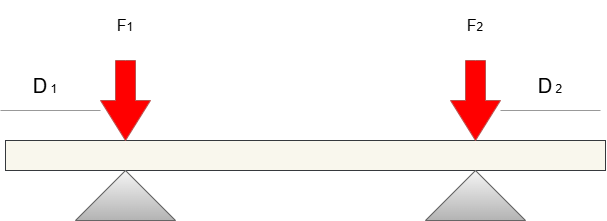
antonioviniciusfacundeabreucom-dot/vigas_isostaticas keeps this draw.io diagram as Assets/viga_isostática.png. Above is the earlier version. Source tidied: cells renumbered, new cells last; positions are measured from the earlier drawing's top-left corner, leaving out a move shared by most shapes.
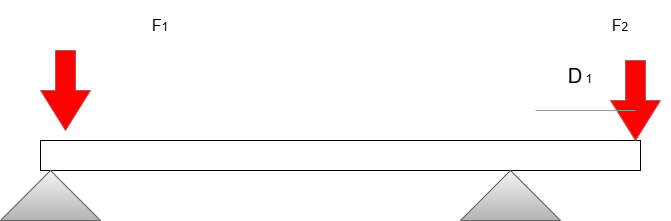
Above is the later version.

What changed in the source:
```diff
@@ -2,38 +2,32 @@
   <root>
     <mxCell id="0" />
     <mxCell id="1" parent="0" />
-    <mxCell id="2" style="rounded=0;whiteSpace=wrap;html=1;fillColor=#f9f7ed;strokeColor=#36393d;" parent="1" vertex="1">
+    <mxCell id="2" style="rounded=0;whiteSpace=wrap;html=1;" parent="1" vertex="1">
       <mxGeometry x="5" y="140" width="600" height="30" as="geometry" />
     </mxCell>
     <mxCell id="3" style="verticalLabelPosition=bottom;verticalAlign=top;html=1;shape=mxgraph.basic.acute_triangle;dx=0.5;fillColor=#f5f5f5;gradientColor=#b3b3b3;strokeColor=#666666;" parent="1" vertex="1">
-      <mxGeometry x="75" y="170" width="100" height="50" as="geometry" />
+      <mxGeometry x="-35" y="170" width="100" height="50" as="geometry" />
     </mxCell>
     <mxCell id="4" style="verticalLabelPosition=bottom;verticalAlign=top;html=1;shape=mxgraph.basic.acute_triangle;dx=0.5;fillColor=#f5f5f5;gradientColor=#b3b3b3;strokeColor=#666666;" parent="1" vertex="1">
       <mxGeometry x="425" y="170" width="100" height="50" as="geometry" />
     </mxCell>
     <mxCell id="5" style="html=1;shadow=0;dashed=0;align=center;verticalAlign=middle;shape=mxgraph.arrows2.arrow;dy=0.6;dx=40;direction=south;notch=0;fillColor=#FF0000;strokeColor=#b85450;" parent="1" vertex="1">
-      <mxGeometry x="100" y="60" width="50" height="80" as="geometry" />
+      <mxGeometry x="5" y="50" width="50" height="80" as="geometry" />
     </mxCell>
     <mxCell id="6" style="html=1;shadow=0;dashed=0;align=center;verticalAlign=middle;shape=mxgraph.arrows2.arrow;dy=0.6;dx=40;direction=south;notch=0;fillColor=#FF0000;strokeColor=#b85450;" parent="1" vertex="1">
-      <mxGeometry x="450" y="60" width="50" height="80" as="geometry" />
+      <mxGeometry x="575" y="60" width="50" height="80" as="geometry" />
     </mxCell>
-    <mxCell id="7" style="verticalLabelPosition=bottom;shadow=0;dashed=0;align=center;html=1;verticalAlign=top;strokeWidth=1;shape=mxgraph.mockup.markup.line;strokeColor=#999999;" parent="1" vertex="1">
-      <mxGeometry y="100" width="100" height="20" as="geometry" />
-    </mxCell>
     <mxCell id="8" style="verticalLabelPosition=bottom;shadow=0;dashed=0;align=center;html=1;verticalAlign=top;strokeWidth=1;shape=mxgraph.mockup.markup.line;strokeColor=#999999;" parent="1" vertex="1">
       <mxGeometry x="500" y="100" width="100" height="20" as="geometry" />
     </mxCell>
-    <mxCell id="9" value="&lt;font style=&quot;font-size: 20px;&quot;&gt;D&lt;/font&gt;&lt;font style=&quot;font-size: 12px;&quot;&gt; 1&lt;/font&gt;" style="text;html=1;whiteSpace=wrap;strokeColor=none;fillColor=none;align=center;verticalAlign=middle;rounded=1;fontSize=16;roundedPerimeter=1;" parent="1" vertex="1">
-      <mxGeometry y="60" width="90" height="50" as="geometry" />
-    </mxCell>
-    <mxCell id="10" value="&lt;font style=&quot;font-size: 20px;&quot;&gt;D&lt;/font&gt;&lt;font style=&quot;font-size: 12px;&quot;&gt;&amp;nbsp;2&lt;/font&gt;" style="text;html=1;whiteSpace=wrap;strokeColor=none;fillColor=none;align=center;verticalAlign=middle;rounded=1;fontSize=16;roundedPerimeter=1;" parent="1" vertex="1">
-      <mxGeometry x="505" y="60" width="90" height="50" as="geometry" />
+    <mxCell id="10" value="&lt;font style=&quot;font-size: 20px;&quot;&gt;D&lt;/font&gt;&lt;font style=&quot;font-size: 12px;&quot;&gt;&amp;nbsp;1&lt;/font&gt;" style="text;html=1;whiteSpace=wrap;strokeColor=none;fillColor=none;align=center;verticalAlign=middle;rounded=1;fontSize=16;roundedPerimeter=1;" parent="1" vertex="1">
+      <mxGeometry x="500" y="50" width="90" height="50" as="geometry" />
     </mxCell>
     <mxCell id="11" value="F&lt;font style=&quot;font-size: 12px;&quot;&gt;1&lt;/font&gt;" style="text;html=1;whiteSpace=wrap;strokeColor=none;fillColor=none;align=center;verticalAlign=middle;rounded=0;fontSize=16;" parent="1" vertex="1">
       <mxGeometry x="75" width="100" height="50" as="geometry" />
     </mxCell>
     <mxCell id="12" value="F&lt;span style=&quot;font-size: 12px;&quot;&gt;2&lt;/span&gt;" style="text;html=1;whiteSpace=wrap;strokeColor=none;fillColor=none;align=center;verticalAlign=middle;rounded=0;fontSize=16;" parent="1" vertex="1">
-      <mxGeometry x="425" width="100" height="50" as="geometry" />
+      <mxGeometry x="535" width="100" height="50" as="geometry" />
     </mxCell>
   </root>
 </mxGraphModel>
```
